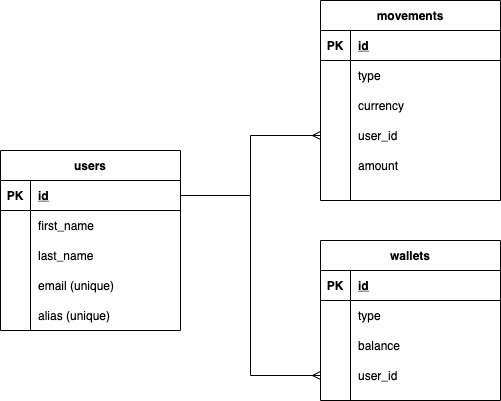
jcarugati/wallet-demo keeps this draw.io diagram as erd.png. Above is the earlier version. Source tidied: cells renumbered, new cells last; positions are measured from the earlier drawing's top-left corner, leaving out a move shared by most shapes.
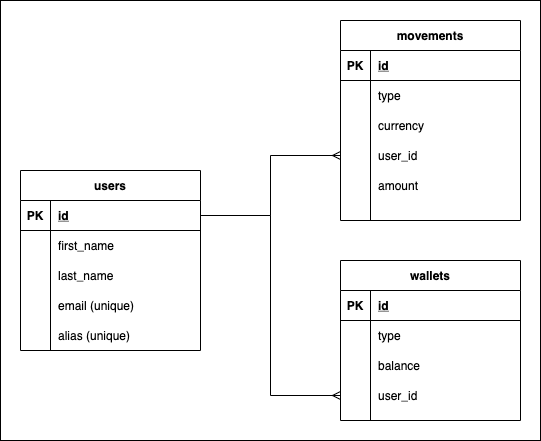
After the change.

Diff of the diagram source:
```diff
@@ -2,134 +2,137 @@
   <root>
     <mxCell id="0" />
     <mxCell id="1" parent="0" />
-    <mxCell id="2" value="users" style="shape=table;startSize=30;rowLines=0;fontStyle=1;align=center;" parent="1" vertex="1">
-      <mxGeometry y="150" width="180" height="180" as="geometry" />
+    <mxCell id="2" style="rounded=0;whiteSpace=wrap;html=1;" parent="1" vertex="1">
+      <mxGeometry x="-20" y="-20" width="540" height="440" as="geometry" />
     </mxCell>
-    <mxCell id="3" style="shape=partialRectangle;fillColor=none;top=0;left=0;bottom=1;right=0;points=[[0,0.5],[1,0.5]];portConstraint=eastwest;" parent="2" vertex="1">
-      <mxGeometry y="30" width="180" height="30" as="geometry" />
+    <mxCell id="3" value="users" style="shape=table;startSize=30;rowLines=0;fontStyle=1;align=center;" parent="1" vertex="1">
+      <mxGeometry y="150" width="180" height="180" as="geometry" />
     </mxCell>
-    <mxCell id="4" value="PK" style="shape=partialRectangle;fillColor=none;top=0;left=0;bottom=0;right=0;fontStyle=1;overflow=hidden;" parent="3" vertex="1">
-      <mxGeometry width="30" height="30" as="geometry" />
+    <mxCell id="4" style="shape=partialRectangle;fillColor=none;top=0;left=0;bottom=1;right=0;points=[[0,0.5],[1,0.5]];portConstraint=eastwest;" parent="3" vertex="1">
+      <mxGeometry y="30" width="180" height="30" as="geometry" />
     </mxCell>
-    <mxCell id="5" value="id" style="shape=partialRectangle;fillColor=none;top=0;left=0;bottom=0;right=0;align=left;spacingLeft=6;fontStyle=5;overflow=hidden;" parent="3" vertex="1">
-      <mxGeometry x="30" width="150" height="30" as="geometry" />
+    <mxCell id="5" value="PK" style="shape=partialRectangle;fillColor=none;top=0;left=0;bottom=0;right=0;fontStyle=1;overflow=hidden;" parent="4" vertex="1">
+      <mxGeometry width="30" height="30" as="geometry" />
     </mxCell>
-    <mxCell id="6" style="shape=partialRectangle;fillColor=none;top=0;left=0;bottom=0;right=0;" parent="2" vertex="1">
-      <mxGeometry y="60" width="180" height="30" as="geometry" />
+    <mxCell id="6" value="id" style="shape=partialRectangle;fillColor=none;top=0;left=0;bottom=0;right=0;align=left;spacingLeft=6;fontStyle=5;overflow=hidden;" parent="4" vertex="1">
+      <mxGeometry x="30" width="150" height="30" as="geometry" />
     </mxCell>
-    <mxCell id="7" style="shape=partialRectangle;fillColor=none;top=0;left=0;bottom=0;right=0;overflow=hidden;" parent="6" vertex="1">
-      <mxGeometry width="30" height="30" as="geometry" />
+    <mxCell id="7" style="shape=partialRectangle;fillColor=none;top=0;left=0;bottom=0;right=0;" parent="3" vertex="1">
+      <mxGeometry y="60" width="180" height="30" as="geometry" />
     </mxCell>
-    <mxCell id="8" value="first_name" style="shape=partialRectangle;fillColor=none;top=0;left=0;bottom=0;right=0;align=left;spacingLeft=6;overflow=hidden;" parent="6" vertex="1">
-      <mxGeometry x="30" width="150" height="30" as="geometry" />
+    <mxCell id="8" style="shape=partialRectangle;fillColor=none;top=0;left=0;bottom=0;right=0;overflow=hidden;" parent="7" vertex="1">
+      <mxGeometry width="30" height="30" as="geometry" />
     </mxCell>
-    <mxCell id="9" style="shape=partialRectangle;fillColor=none;top=0;left=0;bottom=0;right=0;" parent="2" vertex="1">
-      <mxGeometry y="90" width="180" height="30" as="geometry" />
+    <mxCell id="9" value="first_name" style="shape=partialRectangle;fillColor=none;top=0;left=0;bottom=0;right=0;align=left;spacingLeft=6;overflow=hidden;" parent="7" vertex="1">
+      <mxGeometry x="30" width="150" height="30" as="geometry" />
     </mxCell>
-    <mxCell id="10" style="shape=partialRectangle;fillColor=none;top=0;left=0;bottom=0;right=0;overflow=hidden;" parent="9" vertex="1">
-      <mxGeometry width="30" height="30" as="geometry" />
+    <mxCell id="10" style="shape=partialRectangle;fillColor=none;top=0;left=0;bottom=0;right=0;" parent="3" vertex="1">
+      <mxGeometry y="90" width="180" height="30" as="geometry" />
     </mxCell>
-    <mxCell id="11" value="last_name" style="shape=partialRectangle;fillColor=none;top=0;left=0;bottom=0;right=0;align=left;spacingLeft=6;overflow=hidden;" parent="9" vertex="1">
-      <mxGeometry x="30" width="150" height="30" as="geometry" />
+    <mxCell id="11" style="shape=partialRectangle;fillColor=none;top=0;left=0;bottom=0;right=0;overflow=hidden;" parent="10" vertex="1">
+      <mxGeometry width="30" height="30" as="geometry" />
     </mxCell>
-    <mxCell id="12" style="shape=partialRectangle;fillColor=none;top=0;left=0;bottom=0;right=0;" parent="2" vertex="1">
-      <mxGeometry y="120" width="180" height="30" as="geometry" />
+    <mxCell id="12" value="last_name" style="shape=partialRectangle;fillColor=none;top=0;left=0;bottom=0;right=0;align=left;spacingLeft=6;overflow=hidden;" parent="10" vertex="1">
+      <mxGeometry x="30" width="150" height="30" as="geometry" />
     </mxCell>
-    <mxCell id="13" style="shape=partialRectangle;fillColor=none;top=0;left=0;bottom=0;right=0;overflow=hidden;" parent="12" vertex="1">
-      <mxGeometry width="30" height="30" as="geometry" />
+    <mxCell id="13" style="shape=partialRectangle;fillColor=none;top=0;left=0;bottom=0;right=0;" parent="3" vertex="1">
+      <mxGeometry y="120" width="180" height="30" as="geometry" />
     </mxCell>
-    <mxCell id="14" value="email (unique)" style="shape=partialRectangle;fillColor=none;top=0;left=0;bottom=0;right=0;align=left;spacingLeft=6;overflow=hidden;" parent="12" vertex="1">
-      <mxGeometry x="30" width="150" height="30" as="geometry" />
+    <mxCell id="14" style="shape=partialRectangle;fillColor=none;top=0;left=0;bottom=0;right=0;overflow=hidden;" parent="13" vertex="1">
+      <mxGeometry width="30" height="30" as="geometry" />
     </mxCell>
-    <mxCell id="15" value="movements" style="shape=table;startSize=30;rowLines=0;fontStyle=1;align=center;" parent="1" vertex="1">
-      <mxGeometry x="320" width="180" height="200" as="geometry" />
+    <mxCell id="15" value="email (unique)" style="shape=partialRectangle;fillColor=none;top=0;left=0;bottom=0;right=0;align=left;spacingLeft=6;overflow=hidden;" parent="13" vertex="1">
+      <mxGeometry x="30" width="150" height="30" as="geometry" />
     </mxCell>
-    <mxCell id="16" style="shape=partialRectangle;fillColor=none;top=0;left=0;bottom=1;right=0;" parent="15" vertex="1">
-      <mxGeometry y="30" width="180" height="30" as="geometry" />
+    <mxCell id="16" value="movements" style="shape=table;startSize=30;rowLines=0;fontStyle=1;align=center;" parent="1" vertex="1">
+      <mxGeometry x="320" width="180" height="200" as="geometry" />
     </mxCell>
-    <mxCell id="17" value="PK" style="shape=partialRectangle;fillColor=none;top=0;left=0;bottom=0;right=0;fontStyle=1;overflow=hidden;" parent="16" vertex="1">
-      <mxGeometry width="30" height="30" as="geometry" />
+    <mxCell id="17" style="shape=partialRectangle;fillColor=none;top=0;left=0;bottom=1;right=0;" parent="16" vertex="1">
+      <mxGeometry y="30" width="180" height="30" as="geometry" />
     </mxCell>
-    <mxCell id="18" value="id" style="shape=partialRectangle;fillColor=none;top=0;left=0;bottom=0;right=0;align=left;spacingLeft=6;fontStyle=5;overflow=hidden;" parent="16" vertex="1">
-      <mxGeometry x="30" width="150" height="30" as="geometry" />
+    <mxCell id="18" value="PK" style="shape=partialRectangle;fillColor=none;top=0;left=0;bottom=0;right=0;fontStyle=1;overflow=hidden;" parent="17" vertex="1">
+      <mxGeometry width="30" height="30" as="geometry" />
     </mxCell>
-    <mxCell id="19" style="shape=partialRectangle;fillColor=none;top=0;left=0;bottom=0;right=0;" parent="15" vertex="1">
-      <mxGeometry y="60" width="180" height="30" as="geometry" />
+    <mxCell id="19" value="id" style="shape=partialRectangle;fillColor=none;top=0;left=0;bottom=0;right=0;align=left;spacingLeft=6;fontStyle=5;overflow=hidden;" parent="17" vertex="1">
+      <mxGeometry x="30" width="150" height="30" as="geometry" />
     </mxCell>
-    <mxCell id="20" style="shape=partialRectangle;fillColor=none;top=0;left=0;bottom=0;right=0;overflow=hidden;" parent="19" vertex="1">
-      <mxGeometry width="30" height="30" as="geometry" />
+    <mxCell id="20" style="shape=partialRectangle;fillColor=none;top=0;left=0;bottom=0;right=0;" parent="16" vertex="1">
+      <mxGeometry y="60" width="180" height="30" as="geometry" />
     </mxCell>
-    <mxCell id="21" value="type" style="shape=partialRectangle;fillColor=none;top=0;left=0;bottom=0;right=0;align=left;spacingLeft=6;overflow=hidden;" parent="19" vertex="1">
-      <mxGeometry x="30" width="150" height="30" as="geometry" />
+    <mxCell id="21" style="shape=partialRectangle;fillColor=none;top=0;left=0;bottom=0;right=0;overflow=hidden;" parent="20" vertex="1">
+      <mxGeometry width="30" height="30" as="geometry" />
     </mxCell>
-    <mxCell id="22" style="shape=partialRectangle;fillColor=none;top=0;left=0;bottom=0;right=0;" parent="15" vertex="1">
-      <mxGeometry y="90" width="180" height="30" as="geometry" />
+    <mxCell id="22" value="type" style="shape=partialRectangle;fillColor=none;top=0;left=0;bottom=0;right=0;align=left;spacingLeft=6;overflow=hidden;" parent="20" vertex="1">
+      <mxGeometry x="30" width="150" height="30" as="geometry" />
     </mxCell>
-    <mxCell id="23" style="shape=partialRectangle;fillColor=none;top=0;left=0;bottom=0;right=0;overflow=hidden;" parent="22" vertex="1">
-      <mxGeometry width="30" height="30" as="geometry" />
+    <mxCell id="23" style="shape=partialRectangle;fillColor=none;top=0;left=0;bottom=0;right=0;" parent="16" vertex="1">
+      <mxGeometry y="90" width="180" height="30" as="geometry" />
     </mxCell>
-    <mxCell id="24" value="currency" style="shape=partialRectangle;fillColor=none;top=0;left=0;bottom=0;right=0;align=left;spacingLeft=6;overflow=hidden;" parent="22" vertex="1">
-      <mxGeometry x="30" width="150" height="30" as="geometry" />
+    <mxCell id="24" style="shape=partialRectangle;fillColor=none;top=0;left=0;bottom=0;right=0;overflow=hidden;" parent="23" vertex="1">
+      <mxGeometry width="30" height="30" as="geometry" />
     </mxCell>
-    <mxCell id="25" style="shape=partialRectangle;fillColor=none;top=0;left=0;bottom=0;right=0;points=[[0,0.5],[1,0.5]];portConstraint=eastwest;" parent="15" vertex="1">
-      <mxGeometry y="120" width="180" height="30" as="geometry" />
+    <mxCell id="25" value="currency" style="shape=partialRectangle;fillColor=none;top=0;left=0;bottom=0;right=0;align=left;spacingLeft=6;overflow=hidden;" parent="23" vertex="1">
+      <mxGeometry x="30" width="150" height="30" as="geometry" />
     </mxCell>
-    <mxCell id="26" style="shape=partialRectangle;fillColor=none;top=0;left=0;bottom=0;right=0;overflow=hidden;" parent="25" vertex="1">
-      <mxGeometry width="30" height="30" as="geometry" />
+    <mxCell id="26" style="shape=partialRectangle;fillColor=none;top=0;left=0;bottom=0;right=0;points=[[0,0.5],[1,0.5]];portConstraint=eastwest;" parent="16" vertex="1">
+      <mxGeometry y="120" width="180" height="30" as="geometry" />
     </mxCell>
-    <mxCell id="27" value="user_id" style="shape=partialRectangle;fillColor=none;top=0;left=0;bottom=0;right=0;align=left;spacingLeft=6;overflow=hidden;" parent="25" vertex="1">
-      <mxGeometry x="30" width="150" height="30" as="geometry" />
+    <mxCell id="27" style="shape=partialRectangle;fillColor=none;top=0;left=0;bottom=0;right=0;overflow=hidden;" parent="26" vertex="1">
+      <mxGeometry width="30" height="30" as="geometry" />
     </mxCell>
-    <mxCell id="28" value="wallets" style="shape=table;startSize=30;rowLines=0;fontStyle=1;align=center;" parent="1" vertex="1">
-      <mxGeometry x="320" y="240" width="180" height="160" as="geometry" />
+    <mxCell id="28" value="user_id" style="shape=partialRectangle;fillColor=none;top=0;left=0;bottom=0;right=0;align=left;spacingLeft=6;overflow=hidden;" parent="26" vertex="1">
+      <mxGeometry x="30" width="150" height="30" as="geometry" />
     </mxCell>
-    <mxCell id="29" style="shape=partialRectangle;fillColor=none;top=0;left=0;bottom=1;right=0;" parent="28" vertex="1">
-      <mxGeometry y="30" width="180" height="30" as="geometry" />
+    <mxCell id="29" value="wallets" style="shape=table;startSize=30;rowLines=0;fontStyle=1;align=center;" parent="1" vertex="1">
+      <mxGeometry x="320" y="240" width="180" height="160" as="geometry" />
     </mxCell>
-    <mxCell id="30" value="PK" style="shape=partialRectangle;fillColor=none;top=0;left=0;bottom=0;right=0;fontStyle=1;overflow=hidden;" parent="29" vertex="1">
-      <mxGeometry width="30" height="30" as="geometry" />
+    <mxCell id="30" style="shape=partialRectangle;fillColor=none;top=0;left=0;bottom=1;right=0;" parent="29" vertex="1">
+      <mxGeometry y="30" width="180" height="30" as="geometry" />
     </mxCell>
-    <mxCell id="31" value="id" style="shape=partialRectangle;fillColor=none;top=0;left=0;bottom=0;right=0;align=left;spacingLeft=6;fontStyle=5;overflow=hidden;" parent="29" vertex="1">
-      <mxGeometry x="30" width="150" height="30" as="geometry" />
+    <mxCell id="31" value="PK" style="shape=partialRectangle;fillColor=none;top=0;left=0;bottom=0;right=0;fontStyle=1;overflow=hidden;" parent="30" vertex="1">
+      <mxGeometry width="30" height="30" as="geometry" />
     </mxCell>
-    <mxCell id="32" style="shape=partialRectangle;fillColor=none;top=0;left=0;bottom=0;right=0;" parent="28" vertex="1">
-      <mxGeometry y="60" width="180" height="30" as="geometry" />
+    <mxCell id="32" value="id" style="shape=partialRectangle;fillColor=none;top=0;left=0;bottom=0;right=0;align=left;spacingLeft=6;fontStyle=5;overflow=hidden;" parent="30" vertex="1">
+      <mxGeometry x="30" width="150" height="30" as="geometry" />
     </mxCell>
-    <mxCell id="33" style="shape=partialRectangle;fillColor=none;top=0;left=0;bottom=0;right=0;overflow=hidden;" parent="32" vertex="1">
-      <mxGeometry width="30" height="30" as="geometry" />
+    <mxCell id="33" style="shape=partialRectangle;fillColor=none;top=0;left=0;bottom=0;right=0;" parent="29" vertex="1">
+      <mxGeometry y="60" width="180" height="30" as="geometry" />
     </mxCell>
-    <mxCell id="34" value="type" style="shape=partialRectangle;fillColor=none;top=0;left=0;bottom=0;right=0;align=left;spacingLeft=6;overflow=hidden;" parent="32" vertex="1">
-      <mxGeometry x="30" width="150" height="30" as="geometry" />
+    <mxCell id="34" style="shape=partialRectangle;fillColor=none;top=0;left=0;bottom=0;right=0;overflow=hidden;" parent="33" vertex="1">
+      <mxGeometry width="30" height="30" as="geometry" />
     </mxCell>
-    <mxCell id="35" style="shape=partialRectangle;fillColor=none;top=0;left=0;bottom=0;right=0;" parent="28" vertex="1">
-      <mxGeometry y="90" width="180" height="30" as="geometry" />
+    <mxCell id="35" value="type" style="shape=partialRectangle;fillColor=none;top=0;left=0;bottom=0;right=0;align=left;spacingLeft=6;overflow=hidden;" parent="33" vertex="1">
+      <mxGeometry x="30" width="150" height="30" as="geometry" />
     </mxCell>
-    <mxCell id="36" style="shape=partialRectangle;fillColor=none;top=0;left=0;bottom=0;right=0;overflow=hidden;" parent="35" vertex="1">
-      <mxGeometry width="30" height="30" as="geometry" />
+    <mxCell id="36" style="shape=partialRectangle;fillColor=none;top=0;left=0;bottom=0;right=0;" parent="29" vertex="1">
+      <mxGeometry y="90" width="180" height="30" as="geometry" />
     </mxCell>
-    <mxCell id="37" value="balance" style="shape=partialRectangle;fillColor=none;top=0;left=0;bottom=0;right=0;align=left;spacingLeft=6;overflow=hidden;" parent="35" vertex="1">
-      <mxGeometry x="30" width="150" height="30" as="geometry" />
+    <mxCell id="37" style="shape=partialRectangle;fillColor=none;top=0;left=0;bottom=0;right=0;overflow=hidden;" parent="36" vertex="1">
+      <mxGeometry width="30" height="30" as="geometry" />
     </mxCell>
-    <mxCell id="38" style="shape=partialRectangle;fillColor=none;top=0;left=0;bottom=0;right=0;points=[[0,0.5],[1,0.5]];portConstraint=eastwest;" parent="28" vertex="1">
-      <mxGeometry y="120" width="180" height="30" as="geometry" />
+    <mxCell id="38" value="balance" style="shape=partialRectangle;fillColor=none;top=0;left=0;bottom=0;right=0;align=left;spacingLeft=6;overflow=hidden;" parent="36" vertex="1">
+      <mxGeometry x="30" width="150" height="30" as="geometry" />
     </mxCell>
-    <mxCell id="39" style="shape=partialRectangle;fillColor=none;top=0;left=0;bottom=0;right=0;overflow=hidden;" parent="38" vertex="1">
-      <mxGeometry width="30" height="30" as="geometry" />
+    <mxCell id="39" style="shape=partialRectangle;fillColor=none;top=0;left=0;bottom=0;right=0;points=[[0,0.5],[1,0.5]];portConstraint=eastwest;" parent="29" vertex="1">
+      <mxGeometry y="120" width="180" height="30" as="geometry" />
     </mxCell>
-    <mxCell id="40" value="user_id" style="shape=partialRectangle;fillColor=none;top=0;left=0;bottom=0;right=0;align=left;spacingLeft=6;overflow=hidden;" parent="38" vertex="1">
-      <mxGeometry x="30" width="150" height="30" as="geometry" />
+    <mxCell id="40" style="shape=partialRectangle;fillColor=none;top=0;left=0;bottom=0;right=0;overflow=hidden;" parent="39" vertex="1">
+      <mxGeometry width="30" height="30" as="geometry" />
     </mxCell>
-    <mxCell id="41" value="alias (unique)" style="shape=partialRectangle;fillColor=none;top=0;left=0;bottom=0;right=0;align=left;spacingLeft=6;overflow=hidden;" parent="1" vertex="1">
-      <mxGeometry x="30" y="300" width="150" height="30" as="geometry" />
+    <mxCell id="41" value="user_id" style="shape=partialRectangle;fillColor=none;top=0;left=0;bottom=0;right=0;align=left;spacingLeft=6;overflow=hidden;" parent="39" vertex="1">
+      <mxGeometry x="30" width="150" height="30" as="geometry" />
     </mxCell>
-    <mxCell id="42" value="amount" style="shape=partialRectangle;fillColor=none;top=0;left=0;bottom=0;right=0;align=left;spacingLeft=6;overflow=hidden;" parent="1" vertex="1">
-      <mxGeometry x="350" y="150" width="150" height="30" as="geometry" />
+    <mxCell id="42" value="alias (unique)" style="shape=partialRectangle;fillColor=none;top=0;left=0;bottom=0;right=0;align=left;spacingLeft=6;overflow=hidden;" parent="1" vertex="1">
+      <mxGeometry x="30" y="300" width="150" height="30" as="geometry" />
     </mxCell>
-    <mxCell id="43" style="edgeStyle=orthogonalEdgeStyle;rounded=0;jettySize=auto;html=1;entryX=0;entryY=0.5;entryDx=0;entryDy=0;endArrow=ERmany;endFill=0;" parent="1" edge="1" source="3" target="38">
-      <mxGeometry relative="1" as="geometry" />
+    <mxCell id="43" value="amount" style="shape=partialRectangle;fillColor=none;top=0;left=0;bottom=0;right=0;align=left;spacingLeft=6;overflow=hidden;" parent="1" vertex="1">
+      <mxGeometry x="350" y="150" width="150" height="30" as="geometry" />
     </mxCell>
-    <mxCell id="44" style="edgeStyle=orthogonalEdgeStyle;rounded=0;jettySize=auto;html=1;entryX=0;entryY=0.5;entryDx=0;entryDy=0;endArrow=ERmany;endFill=0;" parent="1" edge="1" source="3" target="25">
+    <mxCell id="44" style="edgeStyle=orthogonalEdgeStyle;rounded=0;jettySize=auto;html=1;entryX=0;entryY=0.5;entryDx=0;entryDy=0;endArrow=ERmany;endFill=0;" parent="1" edge="1" source="4" target="39">
       <mxGeometry relative="1" as="geometry" />
     </mxCell>
+    <mxCell id="45" style="edgeStyle=orthogonalEdgeStyle;rounded=0;jettySize=auto;html=1;entryX=0;entryY=0.5;entryDx=0;entryDy=0;endArrow=ERmany;endFill=0;" parent="1" edge="1" source="4" target="26">
+      <mxGeometry relative="1" as="geometry" />
+    </mxCell>
   </root>
 </mxGraphModel>
```
